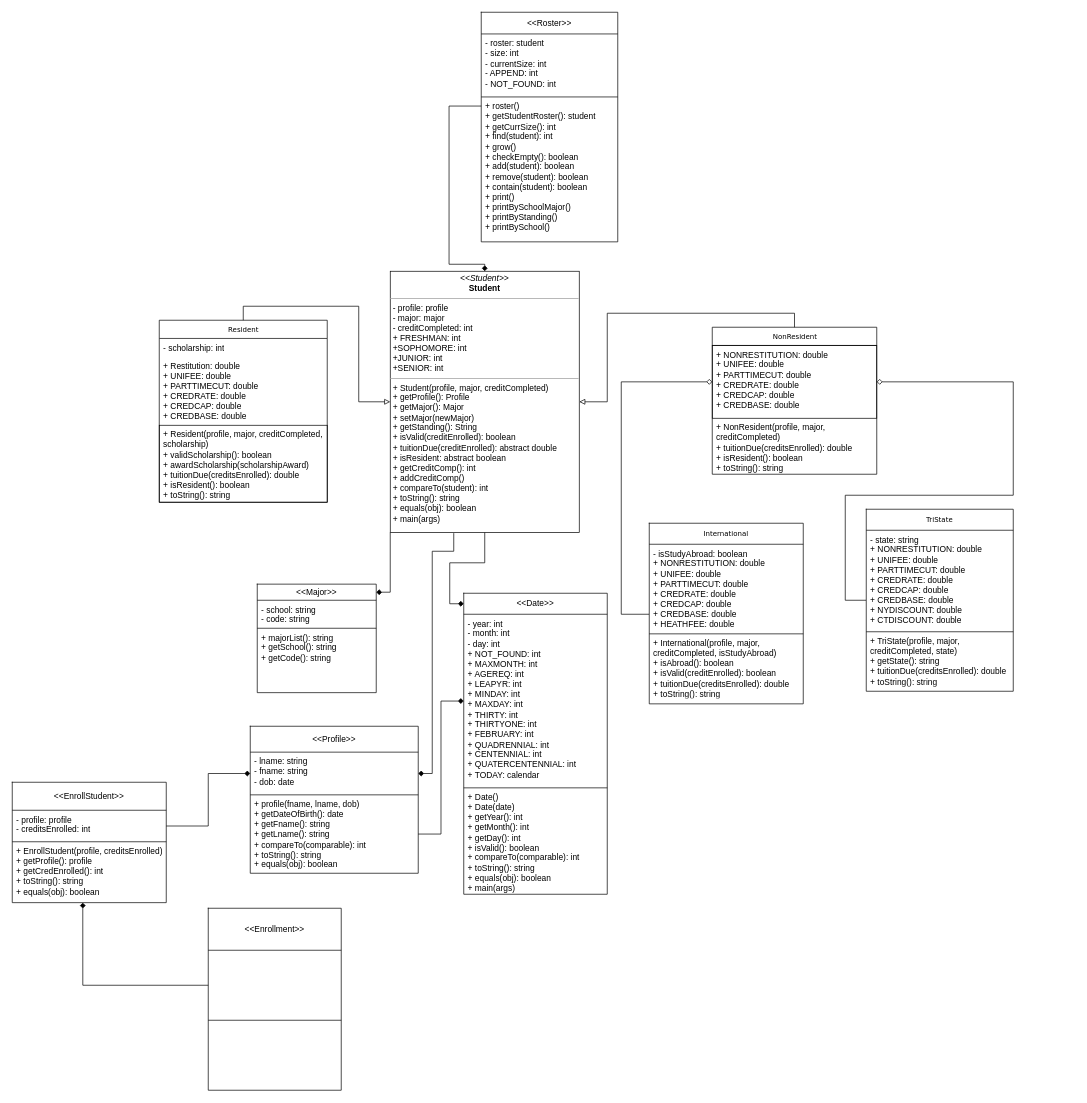
This is Untitled Diagram.drawio from Jyun19/2023_0s_211, a draw.io file, before an edit. Source tidied: cells renumbered, new cells numbered last; positions are measured from the earlier drawing's top-left corner, leaving out a move shared by most shapes. Both pictures are drawn from the tidied source at 70%, with x=0, y=0 at pixel (12, 12).
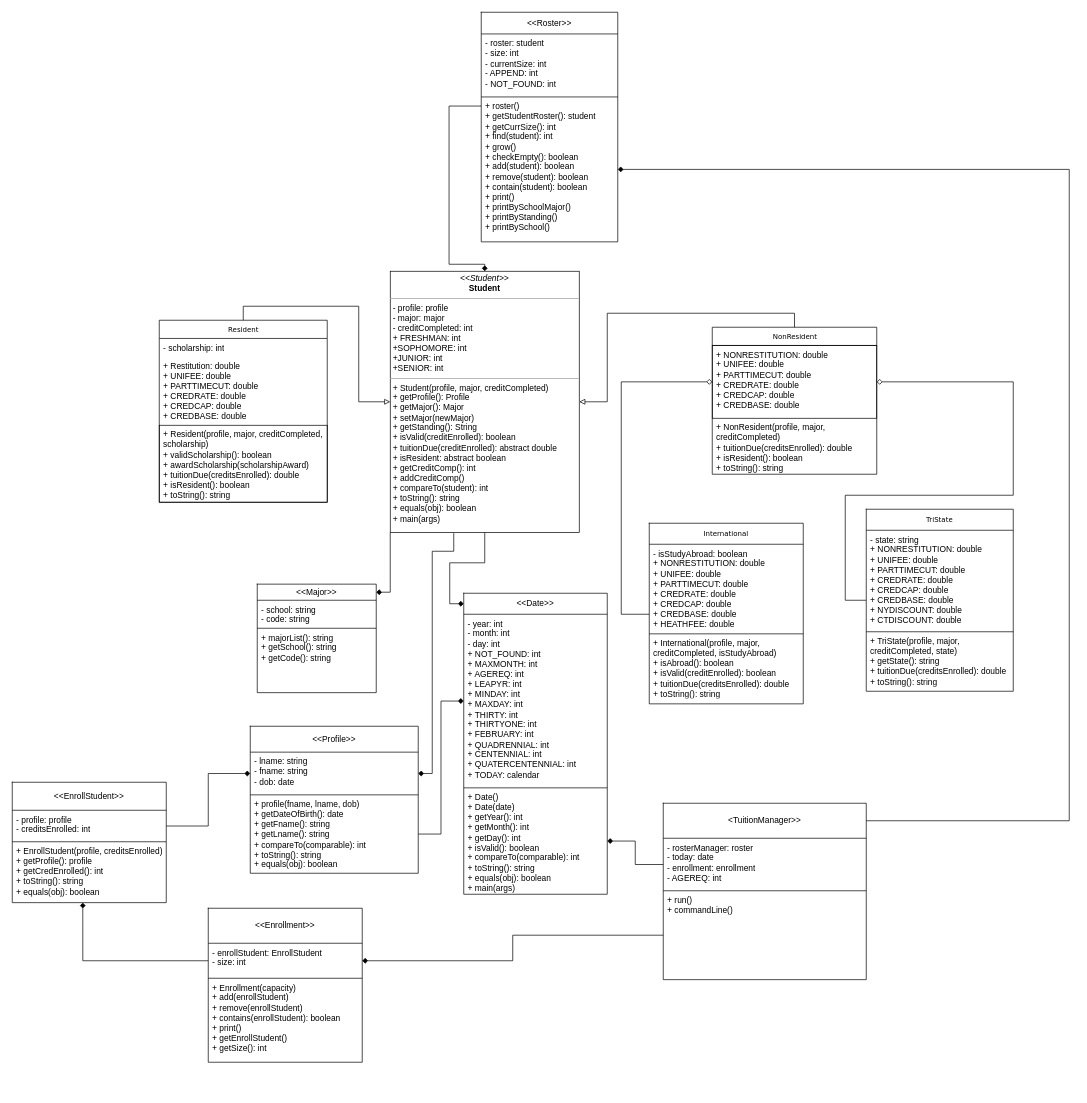
Above is the later version.

Unchanged cells that the change refers to:
```xml
<mxCell id="43" style="shape=tableRow;horizontal=0;startSize=0;swimlaneHead=0;swimlaneBody=0;strokeColor=inherit;top=0;left=0;bottom=0;right=0;fillColor=none;points=[[0,0.5],[1,0.5]];portConstraint=eastwest;fontFamily=Helvetica;fontSize=12;" parent="38" vertex="1">
  <mxGeometry y="278" width="205" height="152" as="geometry" />
</mxCell>
<mxCell id="58" style="shape=tableRow;horizontal=0;startSize=0;swimlaneHead=0;swimlaneBody=0;strokeColor=inherit;top=0;left=0;bottom=0;right=0;fillColor=none;points=[[0,0.5],[1,0.5]];portConstraint=eastwest;fontFamily=Helvetica;fontSize=12;" parent="53" vertex="1">
  <mxGeometry y="121" width="195" height="207" as="geometry" />
</mxCell>
```

Change to the diagram source:
```diff
@@
     <mxCell id="69" style="shape=table;startSize=0;childLayout=tableLayout;strokeColor=default;fontFamily=Helvetica;fontSize=12;" parent="1" vertex="1">
-      <mxGeometry x="280" y="1280" width="190" height="260" as="geometry" />
+      <mxGeometry x="280" y="1280" width="220" height="220" as="geometry" />
     </mxCell>
     <mxCell id="70" style="shape=tableRow;horizontal=0;startSize=0;swimlaneHead=0;swimlaneBody=0;strokeColor=inherit;top=0;left=0;bottom=0;right=0;fillColor=none;fontFamily=Helvetica;fontSize=12;" parent="69" vertex="1">
-      <mxGeometry width="190" height="60" as="geometry" />
+      <mxGeometry width="220" height="50" as="geometry" />
     </mxCell>
     <mxCell id="71" value="&amp;lt;&amp;lt;Enrollment&amp;gt;&amp;gt;" style="shape=partialRectangle;html=1;whiteSpace=wrap;strokeColor=inherit;overflow=hidden;fillColor=none;top=0;left=0;bottom=0;right=0;fontFamily=Helvetica;fontSize=12;" parent="70" vertex="1">
-      <mxGeometry width="190" height="60" as="geometry" />
+      <mxGeometry width="220" height="50" as="geometry" />
     </mxCell>
     <mxCell id="72" style="shape=tableRow;horizontal=0;startSize=0;swimlaneHead=0;swimlaneBody=0;strokeColor=inherit;top=0;left=0;bottom=0;right=0;fillColor=none;points=[[0,0.5],[1,0.5]];portConstraint=eastwest;fontFamily=Helvetica;fontSize=12;" parent="69" vertex="1">
-      <mxGeometry y="60" width="190" height="100" as="geometry" />
+      <mxGeometry y="50" width="220" height="50" as="geometry" />
     </mxCell>
-    <mxCell id="73" style="shape=partialRectangle;html=1;whiteSpace=wrap;strokeColor=inherit;overflow=hidden;fillColor=none;top=0;left=0;bottom=0;right=0;fontFamily=Helvetica;fontSize=12;verticalAlign=top;align=left;spacingLeft=4;spacingRight=4;" parent="72" vertex="1">
-      <mxGeometry width="190" height="100" as="geometry" />
+    <mxCell id="73" value="- enrollStudent: EnrollStudent&lt;br&gt;- size: int" style="shape=partialRectangle;html=1;whiteSpace=wrap;strokeColor=inherit;overflow=hidden;fillColor=none;top=0;left=0;bottom=0;right=0;fontFamily=Helvetica;fontSize=12;verticalAlign=top;align=left;spacingLeft=4;spacingRight=4;" parent="72" vertex="1">
+      <mxGeometry width="220" height="50" as="geometry" />
     </mxCell>
     <mxCell id="74" style="shape=tableRow;horizontal=0;startSize=0;swimlaneHead=0;swimlaneBody=0;strokeColor=inherit;top=0;left=0;bottom=0;right=0;fillColor=none;fontFamily=Helvetica;fontSize=12;" parent="69" vertex="1">
-      <mxGeometry y="160" width="190" height="100" as="geometry" />
+      <mxGeometry y="100" width="220" height="120" as="geometry" />
     </mxCell>
-    <mxCell id="75" style="shape=partialRectangle;html=1;whiteSpace=wrap;strokeColor=inherit;overflow=hidden;fillColor=none;top=0;left=0;bottom=0;right=0;fontFamily=Helvetica;fontSize=12;verticalAlign=top;align=left;spacingLeft=4;spacingRight=4;" parent="74" vertex="1">
-      <mxGeometry width="190" height="100" as="geometry" />
+    <mxCell id="75" value="+ Enrollment(capacity)&lt;br&gt;+ add(enrollStudent)&lt;br&gt;+ remove(enrollStudent)&lt;br&gt;+ contains(enrollStudent): boolean&lt;br&gt;+ print()&lt;br&gt;+ getEnrollStudent()&lt;br&gt;+ getSize(): int" style="shape=partialRectangle;html=1;whiteSpace=wrap;strokeColor=inherit;overflow=hidden;fillColor=none;top=0;left=0;bottom=0;right=0;fontFamily=Helvetica;fontSize=12;verticalAlign=top;align=left;spacingLeft=4;spacingRight=4;" parent="74" vertex="1">
+      <mxGeometry width="220" height="120" as="geometry" />
     </mxCell>
@@
+    <mxCell id="77" style="shape=table;startSize=0;childLayout=tableLayout;strokeColor=default;fontFamily=Helvetica;fontSize=12;" parent="1" vertex="1">
+      <mxGeometry x="930" y="1130" width="290" height="252" as="geometry" />
+    </mxCell>
+    <mxCell id="78" style="shape=tableRow;horizontal=0;startSize=0;swimlaneHead=0;swimlaneBody=0;strokeColor=inherit;top=0;left=0;bottom=0;right=0;fillColor=none;points=[[0,0.5],[1,0.5]];portConstraint=eastwest;fontFamily=Helvetica;fontSize=12;" parent="77" vertex="1">
+      <mxGeometry width="290" height="50" as="geometry" />
+    </mxCell>
+    <mxCell id="79" value="&amp;lt;TuitionManager&amp;gt;&amp;gt;" style="shape=partialRectangle;html=1;whiteSpace=wrap;strokeColor=inherit;overflow=hidden;fillColor=none;top=0;left=0;bottom=0;right=0;fontFamily=Helvetica;fontSize=12;" parent="78" vertex="1">
+      <mxGeometry width="290" height="50" as="geometry" />
+    </mxCell>
+    <mxCell id="80" style="shape=tableRow;horizontal=0;startSize=0;swimlaneHead=0;swimlaneBody=0;strokeColor=inherit;top=0;left=0;bottom=0;right=0;fillColor=none;points=[[0,0.5],[1,0.5]];portConstraint=eastwest;fontFamily=Helvetica;fontSize=12;" parent="77" vertex="1">
+      <mxGeometry y="50" width="290" height="75" as="geometry" />
+    </mxCell>
+    <mxCell id="81" value="- rosterManager: roster&lt;br&gt;- today: date&lt;br&gt;- enrollment: enrollment&lt;br&gt;- AGEREQ: int" style="shape=partialRectangle;html=1;whiteSpace=wrap;strokeColor=inherit;overflow=hidden;fillColor=none;top=0;left=0;bottom=0;right=0;fontFamily=Helvetica;fontSize=12;verticalAlign=top;align=left;spacingLeft=4;spacingRight=4;" parent="80" vertex="1">
+      <mxGeometry width="290" height="75" as="geometry" />
+    </mxCell>
+    <mxCell id="82" style="shape=tableRow;horizontal=0;startSize=0;swimlaneHead=0;swimlaneBody=0;strokeColor=inherit;top=0;left=0;bottom=0;right=0;fillColor=none;points=[[0,0.5],[1,0.5]];portConstraint=eastwest;fontFamily=Helvetica;fontSize=12;" parent="77" vertex="1">
+      <mxGeometry y="125" width="290" height="127" as="geometry" />
+    </mxCell>
+    <mxCell id="83" value="+ run()&lt;br&gt;+ commandLine()" style="shape=partialRectangle;html=1;whiteSpace=wrap;strokeColor=inherit;overflow=hidden;fillColor=none;top=0;left=0;bottom=0;right=0;fontFamily=Helvetica;fontSize=12;verticalAlign=top;align=left;spacingLeft=4;spacingRight=4;" parent="82" vertex="1">
+      <mxGeometry width="290" height="127" as="geometry" />
+    </mxCell>
+    <mxCell id="84" style="edgeStyle=orthogonalEdgeStyle;rounded=0;jettySize=auto;html=1;entryX=1;entryY=0.5;entryDx=0;entryDy=0;fontFamily=Helvetica;fontSize=12;endArrow=diamond;endFill=1;" parent="1" edge="1" source="80" target="43">
+      <mxGeometry relative="1" as="geometry" />
+    </mxCell>
+    <mxCell id="85" style="edgeStyle=orthogonalEdgeStyle;rounded=0;jettySize=auto;html=1;entryX=1;entryY=0.5;entryDx=0;entryDy=0;fontFamily=Helvetica;fontSize=12;endArrow=diamond;endFill=1;" parent="1" edge="1" source="82" target="72">
+      <mxGeometry relative="1" as="geometry" />
+    </mxCell>
+    <mxCell id="86" style="edgeStyle=orthogonalEdgeStyle;rounded=0;jettySize=auto;html=1;entryX=1;entryY=0.5;entryDx=0;entryDy=0;fontFamily=Helvetica;fontSize=12;endArrow=diamond;endFill=1;" parent="1" edge="1" source="78" target="58">
+      <mxGeometry relative="1" as="geometry">
+        <Array as="points">
+          <mxPoint x="1510" y="1155" />
+          <mxPoint x="1510" y="225" />
+        </Array>
+      </mxGeometry>
+    </mxCell>
```
